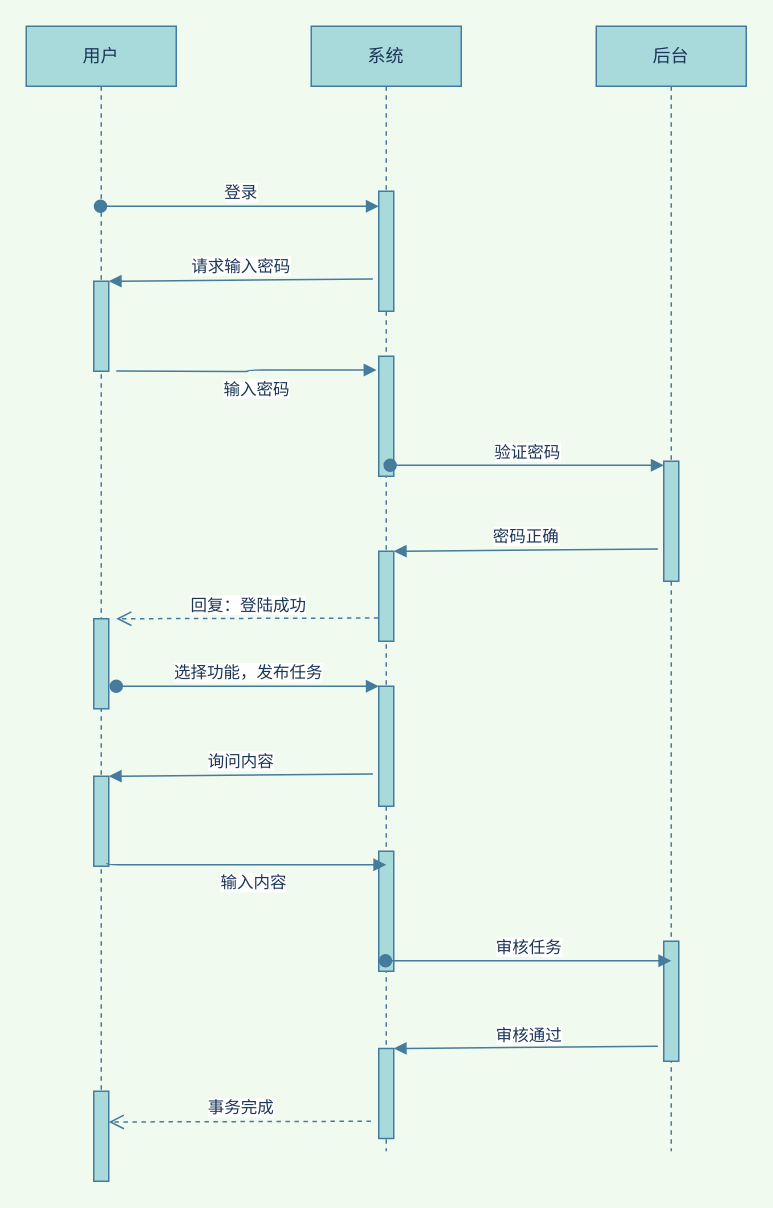
Earlier version of the draw.io diagram 2.drawio (zCesareBorgia/-). Source tidied: cells renumbered, new cells numbered last; positions are measured from the earlier drawing's top-left corner, leaving out a move shared by most shapes. Both pictures are drawn from the tidied source at 150%, with x=0, y=0 at pixel (26, 26).
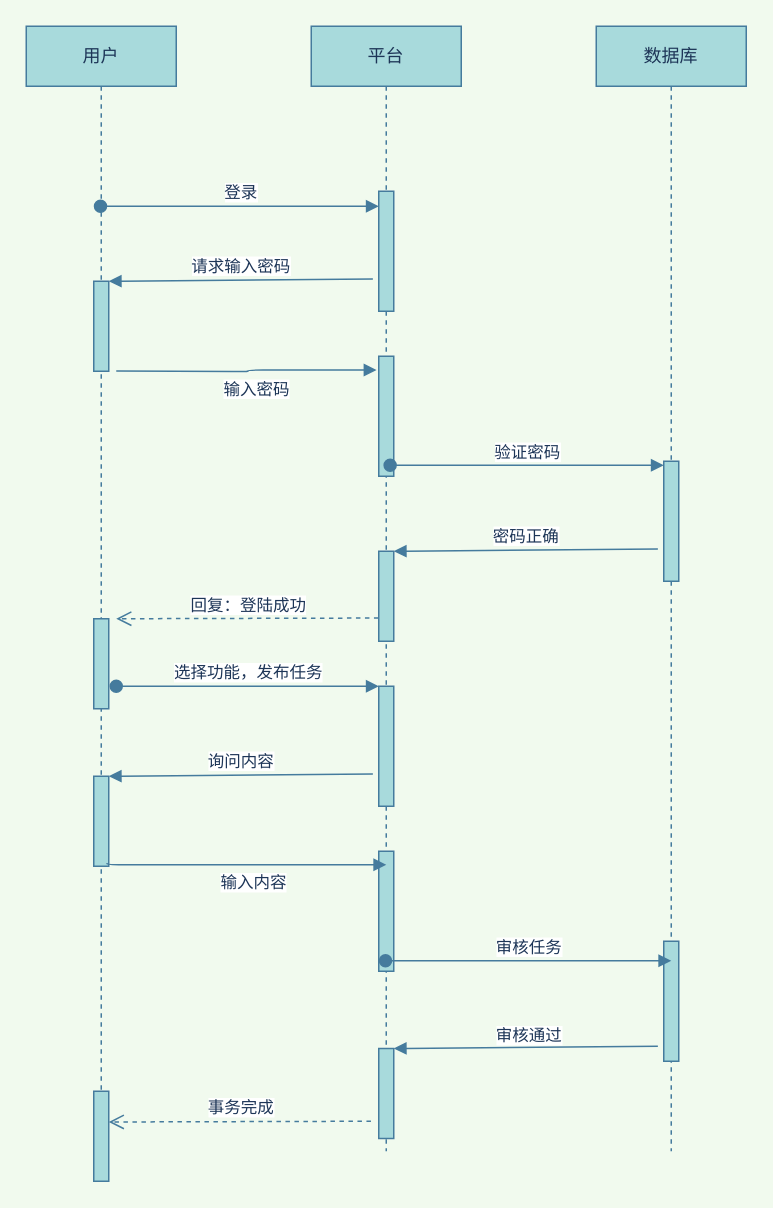
The same diagram, later.

The edit, as a diff of the source:
```diff
@@
-    <mxCell id="8" value="系统" style="shape=umlLifeline;perimeter=lifelinePerimeter;whiteSpace=wrap;html=1;outlineConnect=0;rounded=0;sketch=0;fontColor=#1D3557;strokeColor=#457B9D;fillColor=#A8DADC;" parent="1" vertex="1">
+    <mxCell id="8" value="平台" style="shape=umlLifeline;perimeter=lifelinePerimeter;whiteSpace=wrap;html=1;outlineConnect=0;rounded=0;sketch=0;fontColor=#1D3557;strokeColor=#457B9D;fillColor=#A8DADC;" parent="1" vertex="1">
       <mxGeometry x="190" width="100" height="750" as="geometry" />
     </mxCell>
@@
-    <mxCell id="18" value="后台" style="shape=umlLifeline;perimeter=lifelinePerimeter;whiteSpace=wrap;html=1;rounded=0;sketch=0;fontColor=#1D3557;strokeColor=#457B9D;fillColor=#A8DADC;" parent="1" vertex="1">
+    <mxCell id="18" value="数据库" style="shape=umlLifeline;perimeter=lifelinePerimeter;whiteSpace=wrap;html=1;rounded=0;sketch=0;fontColor=#1D3557;strokeColor=#457B9D;fillColor=#A8DADC;" parent="1" vertex="1">
       <mxGeometry x="380" width="100" height="750" as="geometry" />
     </mxCell>
```
